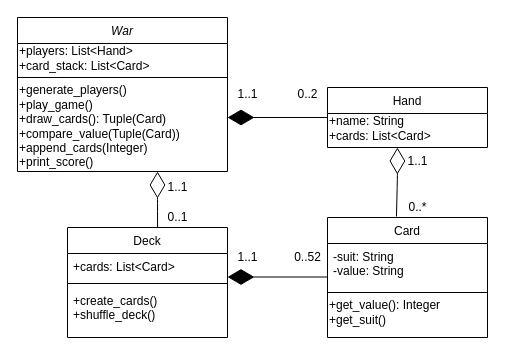
This is kmom03/war/Untitled Diagram.drawio from katarinakall/oopython, a draw.io file, before an edit. Source tidied: cells renumbered, new cells numbered last; positions are measured from the earlier drawing's top-left corner, leaving out a move shared by most shapes. Both pictures are drawn from the tidied source at 100%, with x=0, y=0 at pixel (17, 17).
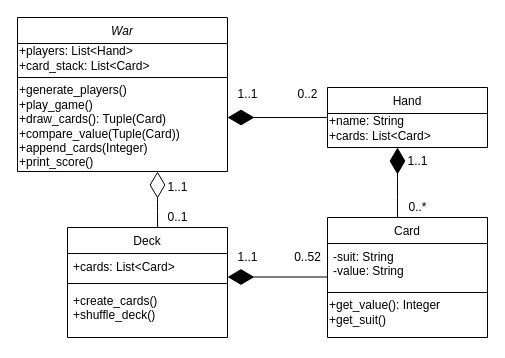
The same page after the edit.

The change refers to these unchanged cells:
```xml
<mxCell id="10" value="Card" style="swimlane;fontStyle=0;align=center;verticalAlign=top;horizontal=1;startSize=26;rounded=0;shadow=0;strokeWidth=1;" parent="1" vertex="1">
  <mxGeometry x="310" y="200" width="160" height="120" as="geometry" />
</mxCell>
```

Change to the diagram source:
```diff
@@
+    <mxCell id="28" style="endArrow=diamondThin;endFill=1;endSize=24;html=1;" parent="10" edge="1">
+      <mxGeometry relative="1" as="geometry">
+        <mxPoint x="70" as="sourcePoint" />
+        <mxPoint x="70" y="-70" as="targetPoint" />
+        <Array as="points">
+          <mxPoint x="70" y="-30" />
+          <mxPoint x="70" y="-54" />
+        </Array>
+      </mxGeometry>
+    </mxCell>
@@
-    <mxCell id="23" style="endArrow=diamondThin;endFill=0;endSize=24;html=1;fontColor=#000000;exitX=0.431;exitY=-0.008;exitDx=0;exitDy=0;exitPerimeter=0;" parent="1" edge="1" source="10">
-      <mxGeometry relative="1" as="geometry">
-        <mxPoint x="379.9" y="130" as="targetPoint" />
-        <Array as="points">
-          <mxPoint x="379.9" y="160" />
-        </Array>
-      </mxGeometry>
-    </mxCell>
```
